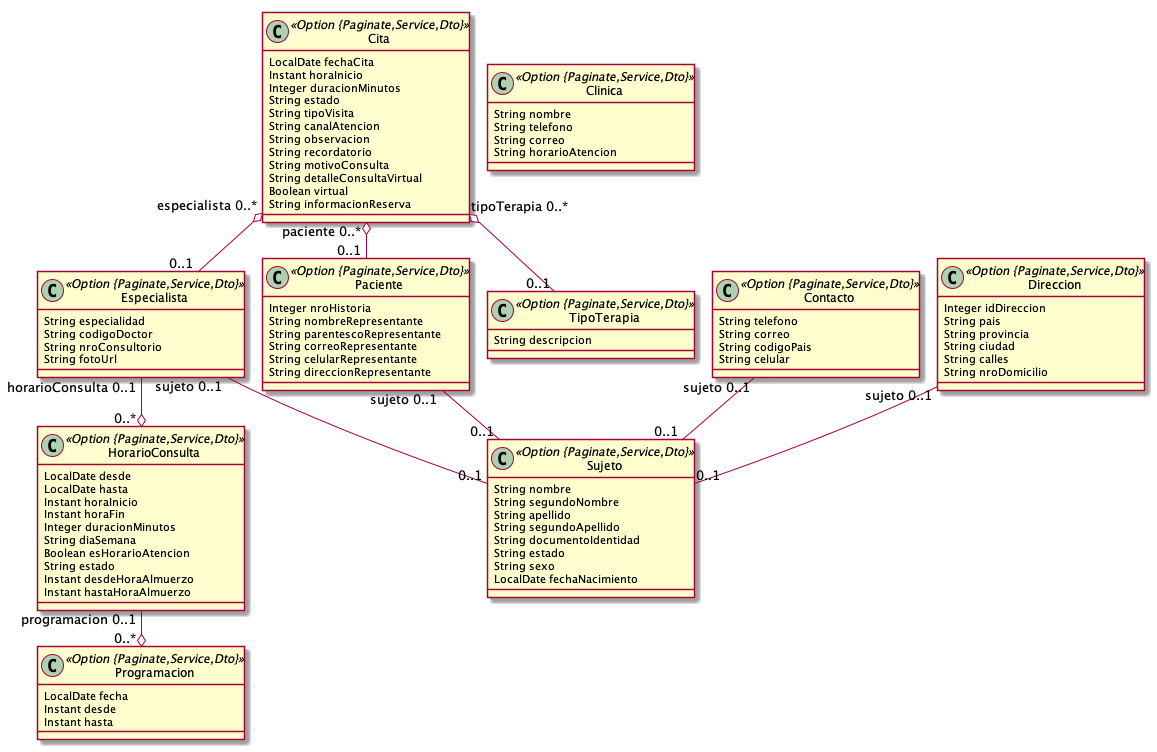
Above: modelado.png in jayaleonardo/agendamiento (PlantUML), before the change.
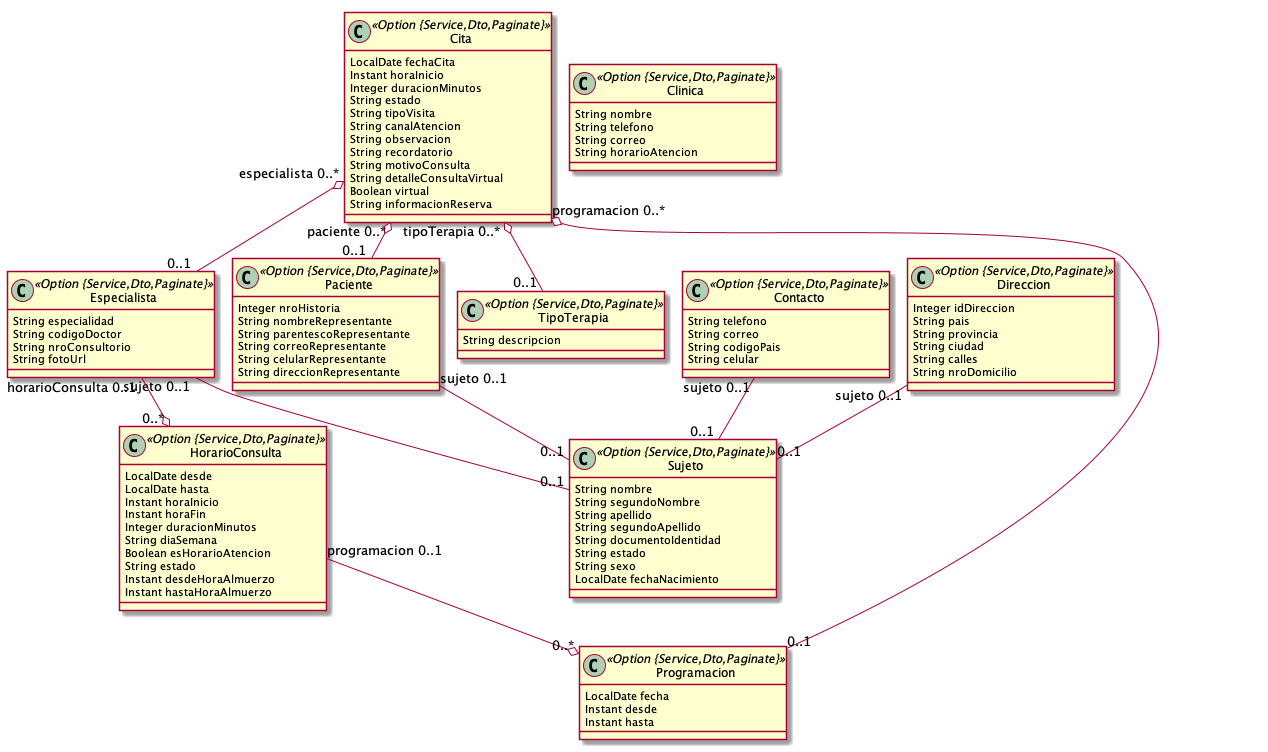
The same file after the commit.

What changed in the source:
```diff
@@ -1,7 +1,7 @@
 @startuml
 	!pragma layout smetana
 	!pragma syntax class
-	class Cita <<Option {Paginate,Service,Dto}>> {
+	class Cita <<Option {Service,Dto,Paginate}>> {
 		LocalDate fechaCita
 		Instant horaInicio
 		Integer duracionMinutos
@@ -15,7 +15,7 @@
 		Boolean virtual
 		String informacionReserva
 	}
-	class Paciente <<Option {Paginate,Service,Dto}>> {
+	class Paciente <<Option {Service,Dto,Paginate}>> {
 		Integer nroHistoria
 		String nombreRepresentante
 		String parentescoRepresentante
@@ -23,7 +23,7 @@
 		String celularRepresentante
 		String direccionRepresentante
 	}
-	class Sujeto <<Option {Paginate,Service,Dto}>> {
+	class Sujeto <<Option {Service,Dto,Paginate}>> {
 		String nombre
 		String segundoNombre
 		String apellido
@@ -33,13 +33,13 @@
 		String sexo
 		LocalDate fechaNacimiento
 	}
-	class Especialista <<Option {Paginate,Service,Dto}>> {
+	class Especialista <<Option {Service,Dto,Paginate}>> {
 		String especialidad
 		String codigoDoctor
 		String nroConsultorio
 		String fotoUrl
 	}
-	class HorarioConsulta <<Option {Paginate,Service,Dto}>> {
+	class HorarioConsulta <<Option {Service,Dto,Paginate}>> {
 		LocalDate desde
 		LocalDate hasta
 		Instant horaInicio
@@ -51,13 +51,13 @@
 		Instant desdeHoraAlmuerzo
 		Instant hastaHoraAlmuerzo
 	}
-	class Contacto <<Option {Paginate,Service,Dto}>> {
+	class Contacto <<Option {Service,Dto,Paginate}>> {
 		String telefono
 		String correo
 		String codigoPais
 		String celular
 	}
-	class Direccion <<Option {Paginate,Service,Dto}>> {
+	class Direccion <<Option {Service,Dto,Paginate}>> {
 		Integer idDireccion
 		String pais
 		String provincia
@@ -65,16 +65,16 @@
 		String calles
 		String nroDomicilio
 	}
-	class Clinica <<Option {Paginate,Service,Dto}>> {
+	class Clinica <<Option {Service,Dto,Paginate}>> {
 		String nombre
 		String telefono
 		String correo
 		String horarioAtencion
 	}
-	class TipoTerapia <<Option {Paginate,Service,Dto}>> {
+	class TipoTerapia <<Option {Service,Dto,Paginate}>> {
 		String descripcion
 	}
-	class Programacion <<Option {Paginate,Service,Dto}>> {
+	class Programacion <<Option {Service,Dto,Paginate}>> {
 		LocalDate fecha
 		Instant desde
 		Instant hasta
@@ -82,6 +82,7 @@
 	Cita  "especialista 0..* " o-- "0..1 "  Especialista
 	Cita  "tipoTerapia 0..* " o-- "0..1 "  TipoTerapia
 	Cita  "paciente 0..* " o-- "0..1 "  Paciente
+	Cita  "programacion 0..* " o-- "0..1 "  Programacion
 	Paciente  "sujeto 0..1 " -- "0..1 "  Sujeto
 	Especialista  "sujeto 0..1 " -- "0..1 "  Sujeto
 	Contacto  "sujeto 0..1 " -- "0..1 "  Sujeto
```
